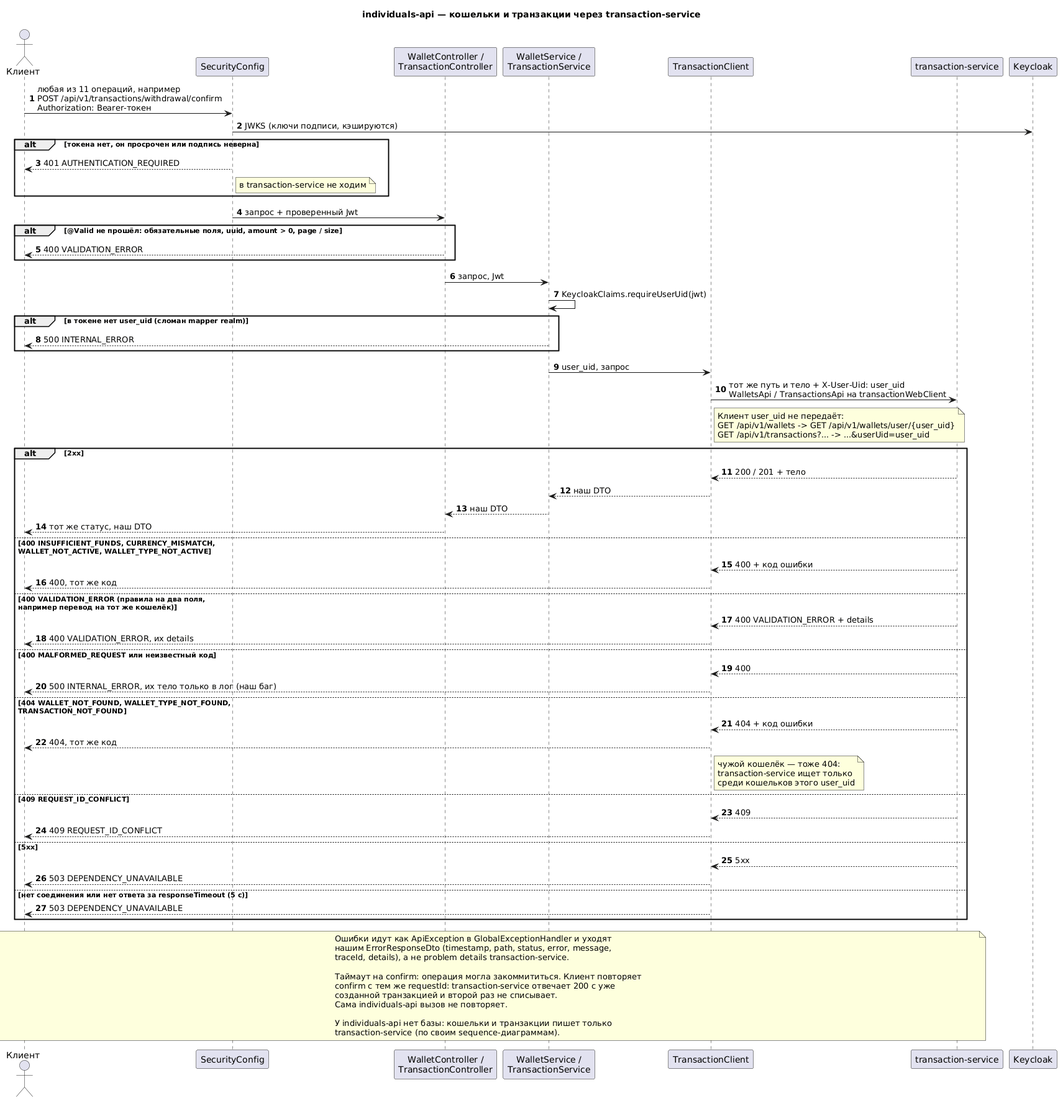
Before: individuals-api/diagrams-c4/png/ru/sequence-wallets-transactions.png, a diagram exported from PlantUML (dezxxx/payment-platform).
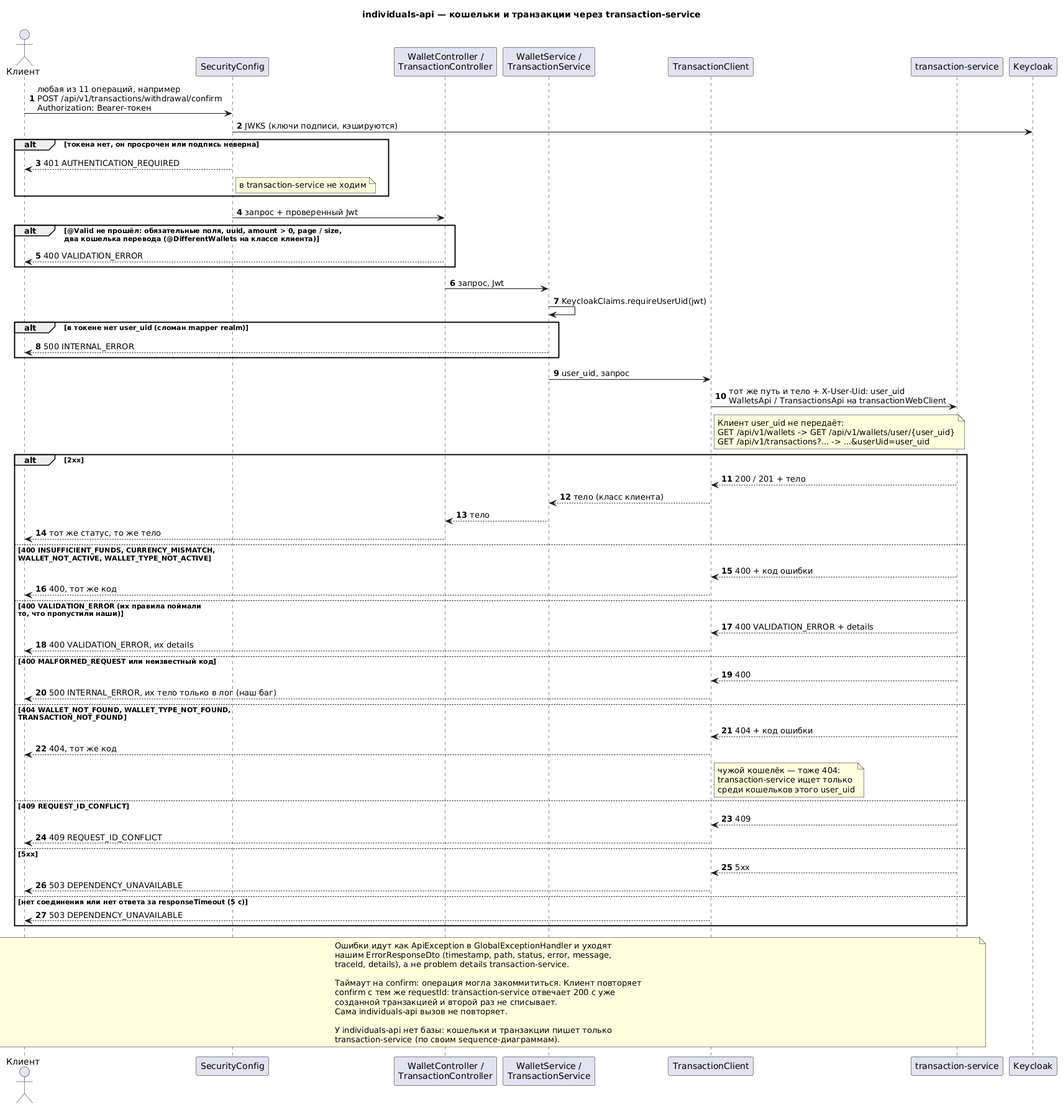
After the change.

What changed in the source:
```diff
@@ -20,7 +20,7 @@
 end
 
 Sec -> Ctl : запрос + проверенный Jwt
-alt @Valid не прошёл: обязательные поля, uuid, amount > 0, page / size
+alt @Valid не прошёл: обязательные поля, uuid, amount > 0, page / size,\nдва кошелька перевода (@DifferentWallets на классе клиента)
   Ctl --> Client : 400 VALIDATION_ERROR
 end
 
@@ -40,13 +40,13 @@
 
 alt 2xx
   Tx --> TCl : 200 / 201 + тело
-  TCl --> Svc : наш DTO
-  Svc --> Ctl : наш DTO
-  Ctl --> Client : тот же статус, наш DTO
+  TCl --> Svc : тело (класс клиента)
+  Svc --> Ctl : тело
+  Ctl --> Client : тот же статус, то же тело
 else 400 INSUFFICIENT_FUNDS, CURRENCY_MISMATCH,\nWALLET_NOT_ACTIVE, WALLET_TYPE_NOT_ACTIVE
   Tx --> TCl : 400 + код ошибки
   TCl --> Client : 400, тот же код
-else 400 VALIDATION_ERROR (правила на два поля,\nнапример перевод на тот же кошелёк)
+else 400 VALIDATION_ERROR (их правила поймали\nто, что пропустили наши)
   Tx --> TCl : 400 VALIDATION_ERROR + details
   TCl --> Client : 400 VALIDATION_ERROR, их details
 else 400 MALFORMED_REQUEST или неизвестный код
```
